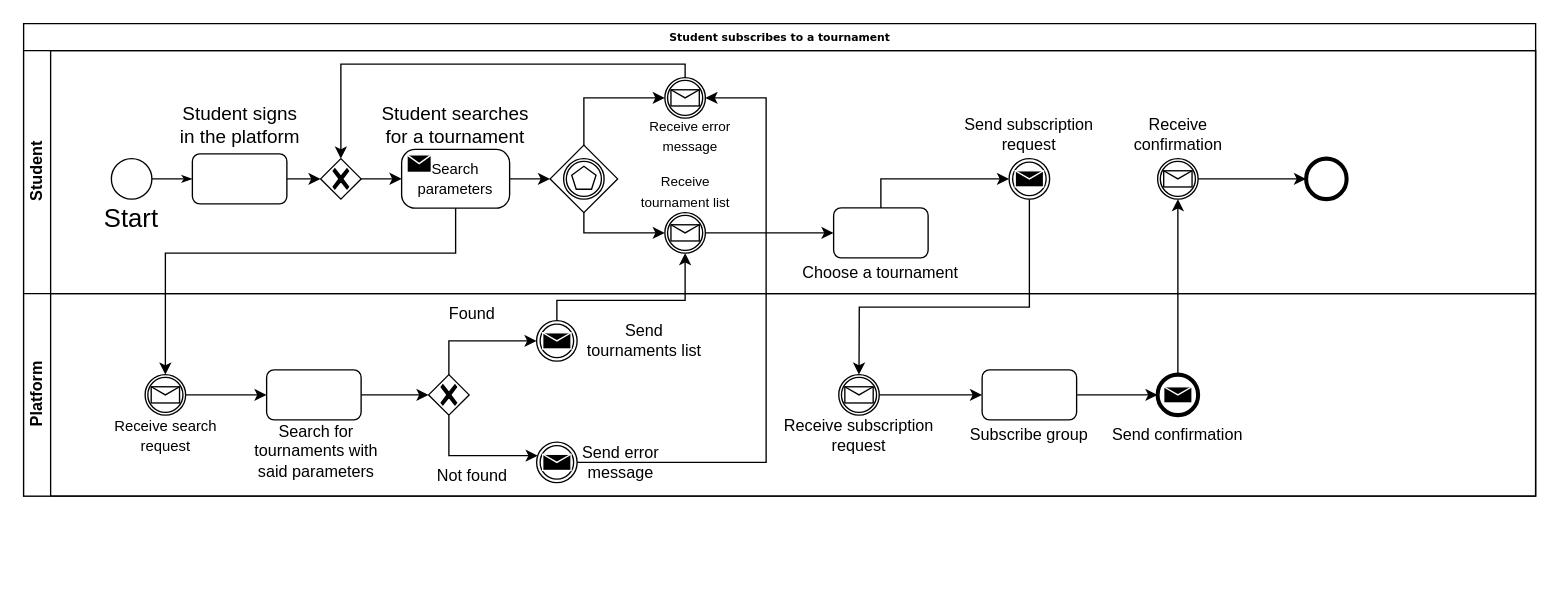
francescospangaro/SpangaroTosettiRiccardi keeps this draw.io diagram as RASDwip/ExtraFiles/Drawio/BPMN3.drawio. Above is the earlier version. Source tidied: cells renumbered, new cells numbered last; positions are measured from the earlier drawing's top-left corner, leaving out a move shared by most shapes. Both pictures are drawn from the tidied source at 135%, with x=0, y=0 at pixel (23, 23).
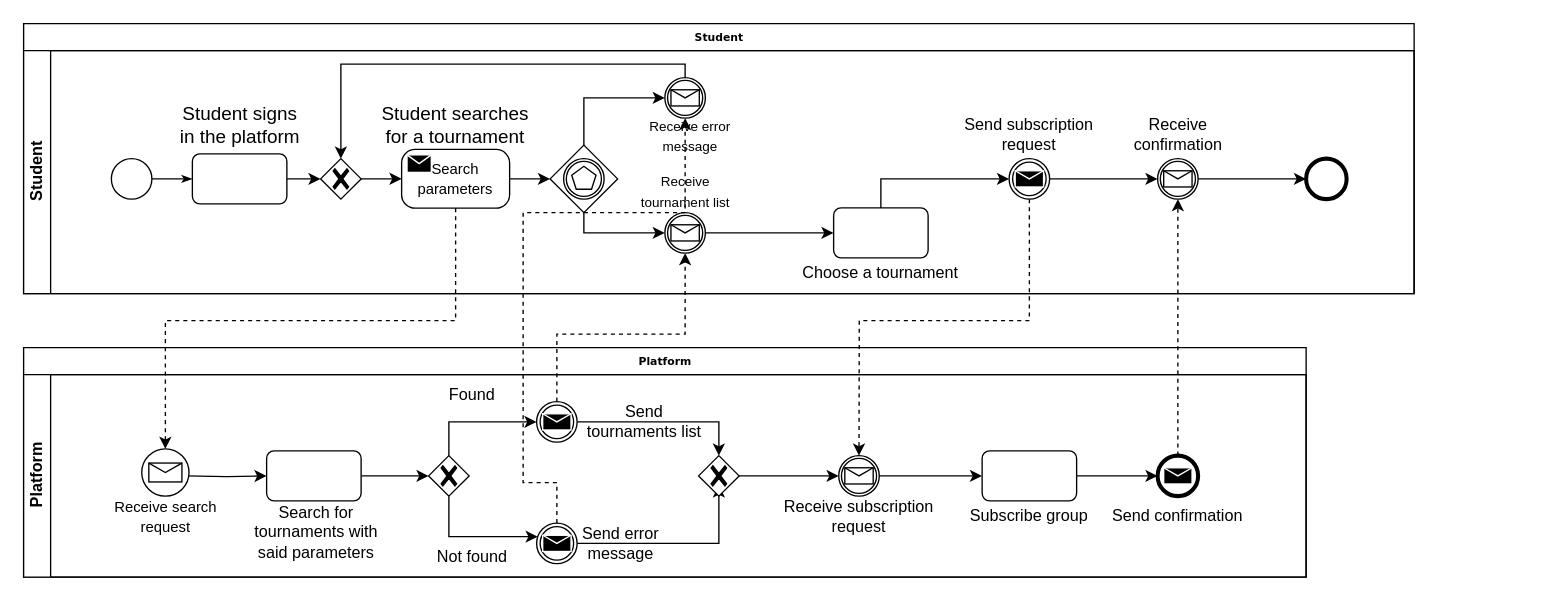
The same page after the edit.

The change refers to these unchanged cells:
```xml
<mxCell id="11" value="&lt;font style=&quot;font-size: 11px;&quot;&gt;Search parameters&lt;br&gt;&lt;/font&gt;" style="points=[[0.25,0,0],[0.5,0,0],[0.75,0,0],[1,0.25,0],[1,0.5,0],[1,0.75,0],[0.75,1,0],[0.5,1,0],[0.25,1,0],[0,0.75,0],[0,0.5,0],[0,0.25,0]];shape=mxgraph.bpmn.task;whiteSpace=wrap;rectStyle=rounded;size=10;html=1;taskMarker=send;" parent="3" vertex="1">
  <mxGeometry x="280" y="73.2" width="80" height="43.5" as="geometry" />
</mxCell>
<mxCell id="18" style="points=[[0.145,0.145,0],[0.5,0,0],[0.855,0.145,0],[1,0.5,0],[0.855,0.855,0],[0.5,1,0],[0.145,0.855,0],[0,0.5,0]];shape=mxgraph.bpmn.event;html=1;verticalLabelPosition=bottom;labelBackgroundColor=#ffffff;verticalAlign=top;align=center;perimeter=ellipsePerimeter;outlineConnect=0;outline=catching;symbol=message;" parent="3" vertex="1">
  <mxGeometry x="475" y="20" width="30" height="30" as="geometry" />
</mxCell>
<mxCell id="21" style="points=[[0.145,0.145,0],[0.5,0,0],[0.855,0.145,0],[1,0.5,0],[0.855,0.855,0],[0.5,1,0],[0.145,0.855,0],[0,0.5,0]];shape=mxgraph.bpmn.event;html=1;verticalLabelPosition=bottom;labelBackgroundColor=#ffffff;verticalAlign=top;align=center;perimeter=ellipsePerimeter;outlineConnect=0;outline=catching;symbol=message;" parent="3" vertex="1">
  <mxGeometry x="475" y="120" width="30" height="30" as="geometry" />
</mxCell>
<mxCell id="29" style="points=[[0.145,0.145,0],[0.5,0,0],[0.855,0.145,0],[1,0.5,0],[0.855,0.855,0],[0.5,1,0],[0.145,0.855,0],[0,0.5,0]];shape=mxgraph.bpmn.event;html=1;verticalLabelPosition=bottom;labelBackgroundColor=#ffffff;verticalAlign=top;align=center;perimeter=ellipsePerimeter;outlineConnect=0;outline=throwing;symbol=message;" parent="3" vertex="1">
  <mxGeometry x="730" y="80" width="30" height="30" as="geometry" />
</mxCell>
<mxCell id="31" style="points=[[0.145,0.145,0],[0.5,0,0],[0.855,0.145,0],[1,0.5,0],[0.855,0.855,0],[0.5,1,0],[0.145,0.855,0],[0,0.5,0]];shape=mxgraph.bpmn.event;html=1;verticalLabelPosition=bottom;labelBackgroundColor=#ffffff;verticalAlign=top;align=center;perimeter=ellipsePerimeter;outlineConnect=0;outline=catching;symbol=message;" parent="3" vertex="1">
  <mxGeometry x="840" y="80" width="30" height="30" as="geometry" />
</mxCell>
<mxCell id="38" value="&lt;font size=&quot;1&quot;&gt;&lt;br&gt;&lt;/font&gt;" style="rounded=1;whiteSpace=wrap;html=1;shadow=0;labelBackgroundColor=none;strokeWidth=1;fontFamily=Verdana;fontSize=8;align=center;" parent="33" vertex="1">
  <mxGeometry x="180" y="56.5" width="70" height="37" as="geometry" />
</mxCell>
<mxCell id="42" style="points=[[0.25,0.25,0],[0.5,0,0],[0.75,0.25,0],[1,0.5,0],[0.75,0.75,0],[0.5,1,0],[0.25,0.75,0],[0,0.5,0]];shape=mxgraph.bpmn.gateway2;html=1;verticalLabelPosition=bottom;labelBackgroundColor=#ffffff;verticalAlign=top;align=center;perimeter=rhombusPerimeter;outlineConnect=0;outline=none;symbol=none;gwType=exclusive;" parent="33" vertex="1">
  <mxGeometry x="300" y="60" width="30" height="30" as="geometry" />
</mxCell>
<mxCell id="48" style="points=[[0.145,0.145,0],[0.5,0,0],[0.855,0.145,0],[1,0.5,0],[0.855,0.855,0],[0.5,1,0],[0.145,0.855,0],[0,0.5,0]];shape=mxgraph.bpmn.event;html=1;verticalLabelPosition=bottom;labelBackgroundColor=#ffffff;verticalAlign=top;align=center;perimeter=ellipsePerimeter;outlineConnect=0;outline=catching;symbol=message;" parent="33" vertex="1">
  <mxGeometry x="603.8" y="60" width="30" height="30" as="geometry" />
</mxCell>
<mxCell id="50" style="points=[[0.145,0.145,0],[0.5,0,0],[0.855,0.145,0],[1,0.5,0],[0.855,0.855,0],[0.5,1,0],[0.145,0.855,0],[0,0.5,0]];shape=mxgraph.bpmn.event;html=1;verticalLabelPosition=bottom;labelBackgroundColor=#ffffff;verticalAlign=top;align=center;perimeter=ellipsePerimeter;outlineConnect=0;outline=throwing;symbol=message;" parent="33" vertex="1">
  <mxGeometry x="380" y="20" width="30" height="30" as="geometry" />
</mxCell>
<mxCell id="51" style="points=[[0.145,0.145,0],[0.5,0,0],[0.855,0.145,0],[1,0.5,0],[0.855,0.855,0],[0.5,1,0],[0.145,0.855,0],[0,0.5,0]];shape=mxgraph.bpmn.event;html=1;verticalLabelPosition=bottom;labelBackgroundColor=#ffffff;verticalAlign=top;align=center;perimeter=ellipsePerimeter;outlineConnect=0;outline=throwing;symbol=message;" parent="33" vertex="1">
  <mxGeometry x="380" y="110" width="30" height="30" as="geometry" />
</mxCell>
<mxCell id="55" style="points=[[0.145,0.145,0],[0.5,0,0],[0.855,0.145,0],[1,0.5,0],[0.855,0.855,0],[0.5,1,0],[0.145,0.855,0],[0,0.5,0]];shape=mxgraph.bpmn.event;html=1;verticalLabelPosition=bottom;labelBackgroundColor=#ffffff;verticalAlign=top;align=center;perimeter=ellipsePerimeter;outlineConnect=0;outline=end;symbol=message;" parent="33" vertex="1">
  <mxGeometry x="840" y="60" width="30" height="30" as="geometry" />
</mxCell>
```

What changed in the source:
```diff
@@
-    <mxCell id="2" value="Student subscribes to a tournament" style="swimlane;html=1;horizontal=1;startSize=20;rounded=0;shadow=0;labelBackgroundColor=none;strokeWidth=1;fontFamily=Verdana;fontSize=8;align=center;" parent="1" vertex="1">
-      <mxGeometry width="1120" height="350" as="geometry" />
+    <mxCell id="2" value="Student" style="swimlane;html=1;horizontal=1;startSize=20;rounded=0;shadow=0;labelBackgroundColor=none;strokeWidth=1;fontFamily=Verdana;fontSize=8;align=center;" parent="1" vertex="1">
+      <mxGeometry width="1030" height="200" as="geometry" />
     </mxCell>
     <mxCell id="3" value="Student" style="swimlane;html=1;startSize=20;horizontal=0;" parent="2" vertex="1">
-      <mxGeometry y="20" width="1120" height="180" as="geometry" />
+      <mxGeometry y="20" width="1030" height="180" as="geometry" />
     </mxCell>
@@
-    <mxCell id="8" value="&lt;font style=&quot;font-size: 19px;&quot;&gt;Start&lt;/font&gt;" style="text;html=1;strokeColor=none;fillColor=none;align=center;verticalAlign=middle;whiteSpace=wrap;rounded=0;" parent="3" vertex="1">
-      <mxGeometry x="50" y="110" width="60" height="30" as="geometry" />
-    </mxCell>
@@
+    <mxCell id="62" style="edgeStyle=orthogonalEdgeStyle;rounded=0;jettySize=auto;html=1;" parent="3" edge="1" source="29" target="31">
+      <mxGeometry relative="1" as="geometry" />
+    </mxCell>
@@
+    <mxCell id="63" value="Platform" style="swimlane;html=1;horizontal=1;startSize=20;rounded=0;shadow=0;labelBackgroundColor=none;strokeWidth=1;fontFamily=Verdana;fontSize=8;align=center;" parent="1" vertex="1">
+      <mxGeometry y="240" width="950" height="170" as="geometry" />
+    </mxCell>
-    <mxCell id="33" value="Platform" style="swimlane;html=1;startSize=20;horizontal=0;" parent="2" vertex="1">
-      <mxGeometry y="200" width="1120" height="150" as="geometry" />
+    <mxCell id="33" value="Platform" style="swimlane;html=1;startSize=20;horizontal=0;" parent="63" vertex="1">
+      <mxGeometry y="20" width="950" height="150" as="geometry" />
     </mxCell>
-    <mxCell id="34" style="edgeStyle=orthogonalEdgeStyle;rounded=0;jettySize=auto;html=1;entryX=0;entryY=0.5;entryDx=0;entryDy=0;" parent="33" edge="1" source="35" target="38">
-      <mxGeometry relative="1" as="geometry" />
-    </mxCell>
-    <mxCell id="35" style="points=[[0.145,0.145,0],[0.5,0,0],[0.855,0.145,0],[1,0.5,0],[0.855,0.855,0],[0.5,1,0],[0.145,0.855,0],[0,0.5,0]];shape=mxgraph.bpmn.event;html=1;verticalLabelPosition=bottom;labelBackgroundColor=#ffffff;verticalAlign=top;align=center;perimeter=ellipsePerimeter;outlineConnect=0;outline=catching;symbol=message;" parent="33" vertex="1">
-      <mxGeometry x="90" y="60" width="30" height="30" as="geometry" />
-    </mxCell>
+    <mxCell id="64" style="edgeStyle=orthogonalEdgeStyle;rounded=0;jettySize=auto;html=1;entryX=0;entryY=0.5;entryDx=0;entryDy=0;" parent="33" edge="1" target="38">
+      <mxGeometry relative="1" as="geometry">
+        <mxPoint x="120" y="75" as="sourcePoint" />
+      </mxGeometry>
+    </mxCell>
@@
-    <mxCell id="40" style="edgeStyle=orthogonalEdgeStyle;rounded=0;jettySize=auto;html=1;" parent="33" edge="1" source="42">
-      <mxGeometry relative="1" as="geometry">
-        <mxPoint x="380.9" y="120" as="targetPoint" />
-        <Array as="points">
-          <mxPoint x="315" y="120" />
-        </Array>
-      </mxGeometry>
-    </mxCell>
-    <mxCell id="41" style="edgeStyle=orthogonalEdgeStyle;rounded=0;jettySize=auto;html=1;" parent="33" edge="1" source="42">
-      <mxGeometry relative="1" as="geometry">
-        <mxPoint x="380" y="35" as="targetPoint" />
-        <Array as="points">
-          <mxPoint x="315" y="35" />
-        </Array>
-      </mxGeometry>
-    </mxCell>
+    <mxCell id="65" style="edgeStyle=orthogonalEdgeStyle;rounded=0;jettySize=auto;html=1;" parent="33" edge="1" source="42">
+      <mxGeometry relative="1" as="geometry">
+        <mxPoint x="380.9" y="120" as="targetPoint" />
+        <Array as="points">
+          <mxPoint x="315" y="120" />
+        </Array>
+      </mxGeometry>
+    </mxCell>
+    <mxCell id="66" style="edgeStyle=orthogonalEdgeStyle;rounded=0;jettySize=auto;html=1;" parent="33" edge="1" source="42">
+      <mxGeometry relative="1" as="geometry">
+        <mxPoint x="380" y="35" as="targetPoint" />
+        <Array as="points">
+          <mxPoint x="315" y="35" />
+        </Array>
+      </mxGeometry>
+    </mxCell>
@@
+    <mxCell id="67" style="edgeStyle=orthogonalEdgeStyle;rounded=0;jettySize=auto;html=1;entryX=0.5;entryY=0;entryDx=0;entryDy=0;entryPerimeter=0;" parent="33" edge="1" source="50" target="71">
+      <mxGeometry relative="1" as="geometry" />
+    </mxCell>
@@
+    <mxCell id="68" style="edgeStyle=orthogonalEdgeStyle;rounded=0;jettySize=auto;html=1;entryX=0.5;entryY=0.733;entryDx=0;entryDy=0;entryPerimeter=0;" parent="33" edge="1" source="51" target="71">
+      <mxGeometry relative="1" as="geometry" />
+    </mxCell>
@@
-    <mxCell id="57" style="edgeStyle=orthogonalEdgeStyle;rounded=0;jettySize=auto;html=1;" parent="2" edge="1" source="11" target="35">
-      <mxGeometry relative="1" as="geometry">
-        <Array as="points">
-          <mxPoint x="320" y="170" />
-          <mxPoint x="105" y="170" />
-        </Array>
-      </mxGeometry>
-    </mxCell>
-    <mxCell id="58" style="edgeStyle=orthogonalEdgeStyle;rounded=0;jettySize=auto;html=1;entryX=0.5;entryY=1;entryDx=0;entryDy=0;entryPerimeter=0;" parent="2" edge="1" target="21">
-      <mxGeometry relative="1" as="geometry">
-        <mxPoint x="395" y="220" as="sourcePoint" />
-        <Array as="points">
-          <mxPoint x="395" y="205" />
-          <mxPoint x="490" y="205" />
-        </Array>
-      </mxGeometry>
-    </mxCell>
-    <mxCell id="59" style="edgeStyle=orthogonalEdgeStyle;rounded=0;jettySize=auto;html=1;" parent="2" edge="1" target="18">
-      <mxGeometry relative="1" as="geometry">
-        <mxPoint x="410" y="325" as="sourcePoint" />
-        <Array as="points">
-          <mxPoint x="550" y="325" />
-          <mxPoint x="550" y="55" />
-        </Array>
-      </mxGeometry>
-    </mxCell>
-    <mxCell id="60" style="edgeStyle=orthogonalEdgeStyle;rounded=0;jettySize=auto;html=1;" parent="2" edge="1" target="48">
-      <mxGeometry relative="1" as="geometry">
-        <mxPoint x="745" y="130" as="sourcePoint" />
-        <Array as="points">
-          <mxPoint x="745" y="210" />
-          <mxPoint x="619" y="210" />
-        </Array>
-      </mxGeometry>
-    </mxCell>
+    <mxCell id="69" style="points=[[0.145,0.145,0],[0.5,0,0],[0.855,0.145,0],[1,0.5,0],[0.855,0.855,0],[0.5,1,0],[0.145,0.855,0],[0,0.5,0]];shape=mxgraph.bpmn.event;html=1;verticalLabelPosition=bottom;labelBackgroundColor=#ffffff;verticalAlign=top;align=center;perimeter=ellipsePerimeter;outlineConnect=0;outline=standard;symbol=message;" parent="33" vertex="1">
+      <mxGeometry x="87.5" y="55" width="35" height="35" as="geometry" />
+    </mxCell>
+    <mxCell id="70" style="edgeStyle=orthogonalEdgeStyle;rounded=0;jettySize=auto;html=1;entryX=0;entryY=0.5;entryDx=0;entryDy=0;entryPerimeter=0;" parent="33" edge="1" source="71" target="48">
+      <mxGeometry relative="1" as="geometry" />
+    </mxCell>
+    <mxCell id="71" style="points=[[0.25,0.25,0],[0.5,0,0],[0.75,0.25,0],[1,0.5,0],[0.75,0.75,0],[0.5,1,0],[0.25,0.75,0],[0,0.5,0]];shape=mxgraph.bpmn.gateway2;html=1;verticalLabelPosition=bottom;labelBackgroundColor=#ffffff;verticalAlign=top;align=center;perimeter=rhombusPerimeter;outlineConnect=0;outline=none;symbol=none;gwType=exclusive;" parent="33" vertex="1">
+      <mxGeometry x="500" y="60" width="30" height="30" as="geometry" />
+    </mxCell>
+    <mxCell id="72" style="edgeStyle=orthogonalEdgeStyle;rounded=0;jettySize=auto;html=1;entryX=0.5;entryY=0;entryDx=0;entryDy=0;entryPerimeter=0;dashed=1;" parent="1" edge="1" source="11" target="69">
+      <mxGeometry relative="1" as="geometry">
+        <Array as="points">
+          <mxPoint x="320" y="220" />
+          <mxPoint x="105" y="220" />
+        </Array>
+      </mxGeometry>
+    </mxCell>
+    <mxCell id="73" style="edgeStyle=orthogonalEdgeStyle;rounded=0;jettySize=auto;html=1;entryX=0.5;entryY=1;entryDx=0;entryDy=0;entryPerimeter=0;dashed=1;" parent="1" edge="1" source="50" target="21">
+      <mxGeometry relative="1" as="geometry">
+        <Array as="points">
+          <mxPoint x="395" y="230" />
+          <mxPoint x="490" y="230" />
+        </Array>
+      </mxGeometry>
+    </mxCell>
+    <mxCell id="74" style="edgeStyle=orthogonalEdgeStyle;rounded=0;jettySize=auto;html=1;dashed=1;" parent="1" edge="1" source="51" target="18">
+      <mxGeometry relative="1" as="geometry">
+        <Array as="points">
+          <mxPoint x="395" y="340" />
+          <mxPoint x="370" y="340" />
+          <mxPoint x="370" y="140" />
+          <mxPoint x="490" y="140" />
+        </Array>
+      </mxGeometry>
+    </mxCell>
+    <mxCell id="75" style="edgeStyle=orthogonalEdgeStyle;rounded=0;jettySize=auto;html=1;dashed=1;" parent="1" edge="1" source="29" target="48">
+      <mxGeometry relative="1" as="geometry">
+        <Array as="points">
+          <mxPoint x="745" y="220" />
+          <mxPoint x="619" y="220" />
+        </Array>
+      </mxGeometry>
+    </mxCell>
-    <mxCell id="61" style="edgeStyle=orthogonalEdgeStyle;rounded=0;jettySize=auto;html=1;entryX=0.5;entryY=1;entryDx=0;entryDy=0;entryPerimeter=0;" parent="2" edge="1" source="55" target="31">
+    <mxCell id="61" style="edgeStyle=orthogonalEdgeStyle;rounded=0;jettySize=auto;html=1;entryX=0.5;entryY=1;entryDx=0;entryDy=0;entryPerimeter=0;dashed=1;" parent="1" edge="1" source="55" target="31">
       <mxGeometry relative="1" as="geometry" />
     </mxCell>
```
